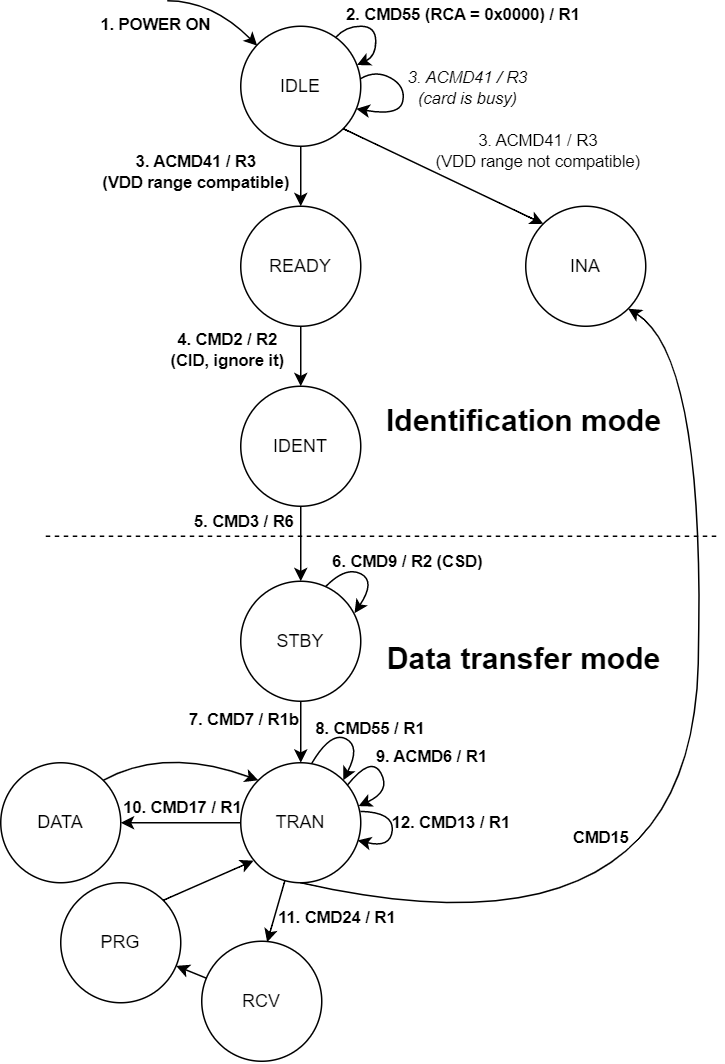
This is docs/SD/SD_card_states.png from sirazenkov/GhostSD, a draw.io export, as it was before one commit. Source tidied: cells renumbered, new cells last; positions are measured from the earlier drawing's top-left corner, leaving out a move shared by most shapes.
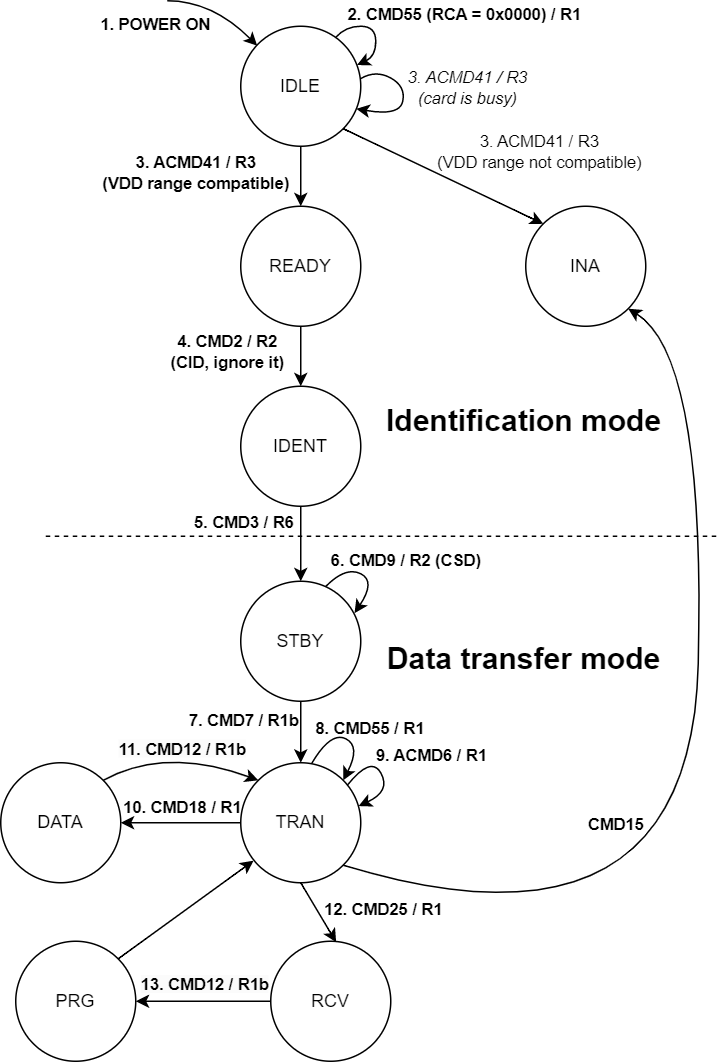
Later version of the same file.

Change to the diagram source:
```diff
@@ -136,7 +136,7 @@
     <mxCell id="29" style="curved=1;endArrow=classic;html=1;rounded=0;exitX=0;exitY=0.5;exitDx=0;exitDy=0;entryX=1;entryY=0.5;entryDx=0;entryDy=0;" parent="1" edge="1" source="24" target="33">
       <mxGeometry relative="1" as="geometry" />
     </mxCell>
-    <mxCell id="30" value="&lt;b&gt;10. CMD17 / R1&lt;/b&gt;" style="edgeLabel;html=1;align=center;verticalAlign=middle;fontSize=11;labelBackgroundColor=none;" parent="29" vertex="1">
+    <mxCell id="30" value="&lt;b&gt;10. CMD18 / R1&lt;/b&gt;" style="edgeLabel;html=1;align=center;verticalAlign=middle;fontSize=11;labelBackgroundColor=none;" parent="29" vertex="1">
       <mxGeometry x="-0.38" relative="1" as="geometry">
         <mxPoint x="-15" y="-11" as="offset" />
       </mxGeometry>
@@ -165,27 +165,37 @@
         </Array>
       </mxGeometry>
     </mxCell>
+    <mxCell id="47" value="&lt;b style=&quot;border-color: var(--border-color); background-color: rgb(251, 251, 251);&quot;&gt;11. CMD12 / R1b&lt;/b&gt;" style="edgeLabel;html=1;align=center;verticalAlign=middle;" parent="34" vertex="1">
+      <mxGeometry x="-0.3" y="-8" relative="1" as="geometry">
+        <mxPoint x="13" y="-9" as="offset" />
+      </mxGeometry>
+    </mxCell>
     <mxCell id="35" style="rounded=0;jettySize=auto;html=1;fontSize=11;" parent="1" edge="1" source="36" target="39">
       <mxGeometry relative="1" as="geometry" />
     </mxCell>
+    <mxCell id="48" value="&lt;b style=&quot;border-color: var(--border-color); background-color: rgb(251, 251, 251);&quot;&gt;13. CMD12 / R1b&lt;/b&gt;" style="edgeLabel;html=1;align=center;verticalAlign=middle;" parent="35" vertex="1">
+      <mxGeometry x="0.24" y="-2" relative="1" as="geometry">
+        <mxPoint x="11" y="-10" as="offset" />
+      </mxGeometry>
+    </mxCell>
     <mxCell id="36" value="RCV" style="ellipse;whiteSpace=wrap;html=1;" parent="1" vertex="1">
-      <mxGeometry x="134" y="627" width="80" height="80" as="geometry" />
+      <mxGeometry x="180" y="627" width="80" height="80" as="geometry" />
     </mxCell>
-    <mxCell id="37" style="curved=1;endArrow=classic;html=1;rounded=0;exitX=0.367;exitY=0.985;exitDx=0;exitDy=0;entryX=0.545;entryY=0.008;entryDx=0;entryDy=0;entryPerimeter=0;exitPerimeter=0;" parent="1" edge="1" source="24" target="36">
+    <mxCell id="37" style="curved=1;endArrow=classic;html=1;rounded=0;exitX=0.5;exitY=1;exitDx=0;exitDy=0;entryX=0.545;entryY=0.008;entryDx=0;entryDy=0;entryPerimeter=0;" parent="1" edge="1" source="24" target="36">
       <mxGeometry relative="1" as="geometry" />
     </mxCell>
-    <mxCell id="38" value="&lt;b&gt;11. CMD24 / R1&lt;/b&gt;" style="edgeLabel;html=1;align=center;verticalAlign=middle;fontSize=11;labelBackgroundColor=none;" parent="37" vertex="1">
+    <mxCell id="38" value="&lt;b&gt;12. CMD25 / R1&lt;/b&gt;" style="edgeLabel;html=1;align=center;verticalAlign=middle;fontSize=11;labelBackgroundColor=none;" parent="37" vertex="1">
       <mxGeometry x="-0.38" relative="1" as="geometry">
-        <mxPoint x="38" y="11" as="offset" />
+        <mxPoint x="47" y="5" as="offset" />
       </mxGeometry>
     </mxCell>
     <mxCell id="39" value="PRG" style="ellipse;whiteSpace=wrap;html=1;" parent="1" vertex="1">
-      <mxGeometry x="40" y="588" width="80" height="80" as="geometry" />
+      <mxGeometry x="10" y="627" width="80" height="80" as="geometry" />
     </mxCell>
     <mxCell id="40" style="curved=1;endArrow=classic;html=1;rounded=0;fontSize=11;exitX=1;exitY=0;exitDx=0;exitDy=0;entryX=0.107;entryY=0.816;entryDx=0;entryDy=0;entryPerimeter=0;" parent="1" edge="1" source="39" target="24">
       <mxGeometry relative="1" as="geometry" />
     </mxCell>
-    <mxCell id="41" style="curved=1;endArrow=classic;html=1;rounded=0;fontSize=11;entryX=1;entryY=1;entryDx=0;entryDy=0;exitX=0.5;exitY=1;exitDx=0;exitDy=0;" parent="1" edge="1" source="24" target="5">
+    <mxCell id="41" style="curved=1;endArrow=classic;html=1;rounded=0;fontSize=11;entryX=1;entryY=1;entryDx=0;entryDy=0;exitX=1;exitY=1;exitDx=0;exitDy=0;" parent="1" edge="1" source="24" target="5">
       <mxGeometry relative="1" as="geometry">
         <Array as="points">
           <mxPoint x="460" y="647" />
@@ -195,24 +205,9 @@
     </mxCell>
     <mxCell id="42" value="&lt;b&gt;CMD15&lt;/b&gt;" style="edgeLabel;html=1;align=center;verticalAlign=middle;fontSize=11;" parent="41" vertex="1">
       <mxGeometry x="0.35" relative="1" as="geometry">
-        <mxPoint x="-66" y="141" as="offset" />
+        <mxPoint x="-56" y="140" as="offset" />
       </mxGeometry>
     </mxCell>
-    <mxCell id="43" style="curved=1;endArrow=classic;html=1;rounded=0;exitX=0.997;exitY=0.43;exitDx=0;exitDy=0;exitPerimeter=0;entryX=0.974;entryY=0.672;entryDx=0;entryDy=0;entryPerimeter=0;" parent="1" edge="1">
-      <mxGeometry relative="1" as="geometry">
-        <mxPoint x="239.8" y="540.4" as="sourcePoint" />
-        <mxPoint x="237.9" y="559.8" as="targetPoint" />
-        <Array as="points">
-          <mxPoint x="262" y="541" />
-          <mxPoint x="260" y="565" />
-        </Array>
-      </mxGeometry>
-    </mxCell>
-    <mxCell id="44" value="&lt;b style=&quot;&quot;&gt;12. CMD13 / R1&lt;/b&gt;" style="edgeLabel;html=1;align=center;verticalAlign=middle;labelBackgroundColor=none;" parent="43" vertex="1">
-      <mxGeometry x="-0.1" y="-1" relative="1" as="geometry">
-        <mxPoint x="39" y="-2" as="offset" />
-      </mxGeometry>
-    </mxCell>
     <mxCell id="45" style="curved=1;endArrow=classic;html=1;rounded=0;exitX=0.709;exitY=0.043;exitDx=0;exitDy=0;exitPerimeter=0;entryX=0.948;entryY=0.266;entryDx=0;entryDy=0;entryPerimeter=0;" parent="1" edge="1" source="18" target="18">
       <mxGeometry relative="1" as="geometry">
         <Array as="points">
```
